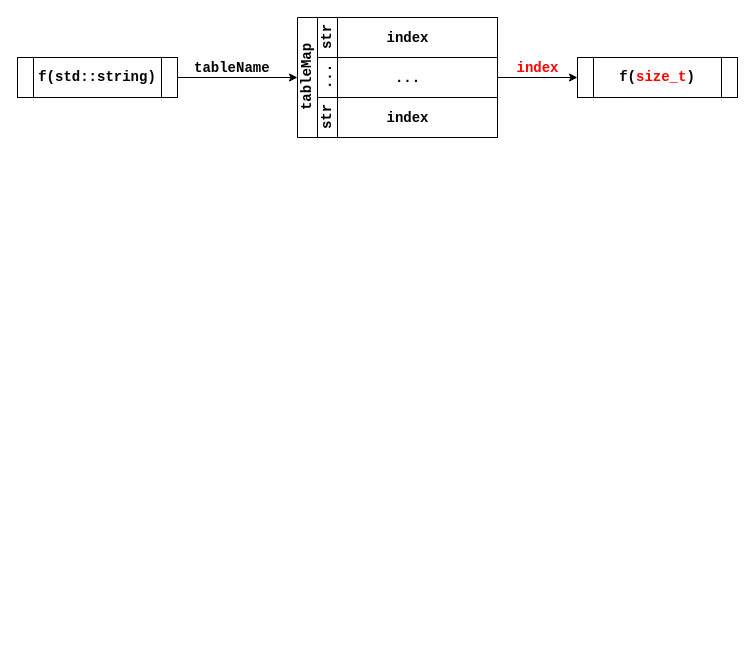
This is pic.drawio from IshiKura-a/Database-System-Project, a draw.io file, before an edit. Source tidied: cells renumbered, new cells numbered last; positions are measured from the earlier drawing's top-left corner, leaving out a move shared by most shapes. Both pictures are drawn from the tidied source at 100%, with x=0, y=0 at pixel (17, 17).
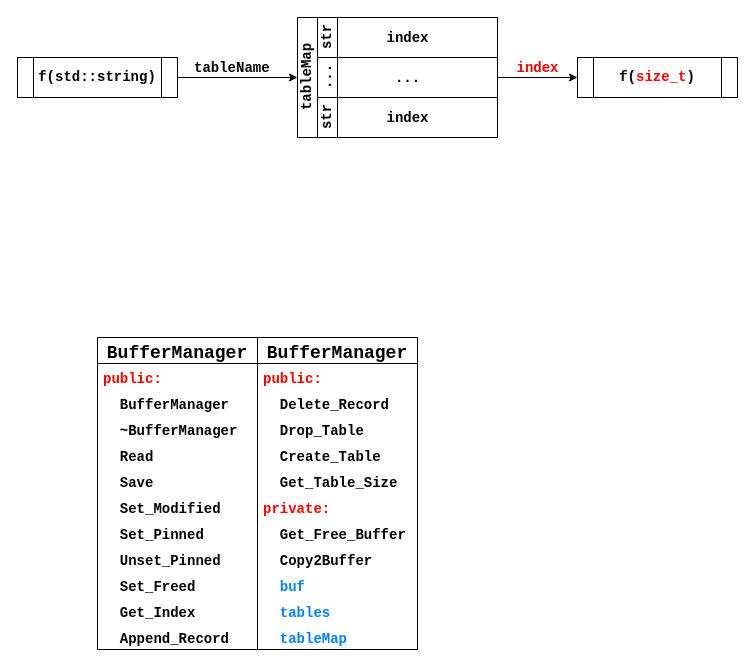
The same page after the edit.

Change to the diagram source:
```diff
@@
+    <mxCell id="15" value="BufferManager" style="swimlane;fontStyle=1;horizontal=1;startSize=26;fillColor=none;fontSize=18;fontFamily=Courier New;" parent="1" vertex="1">
+      <mxGeometry x="80" y="320" width="160" height="312" as="geometry" />
+    </mxCell>
+    <mxCell id="16" value="public:" style="text;strokeColor=none;fillColor=none;align=left;verticalAlign=top;spacingLeft=4;spacingRight=4;overflow=hidden;fontSize=14;fontFamily=Courier New;fontStyle=1;fontColor=#FF0000;" parent="15" vertex="1">
+      <mxGeometry y="26" width="160" height="26" as="geometry" />
+    </mxCell>
+    <mxCell id="17" value="  BufferManager" style="text;strokeColor=none;fillColor=none;align=left;verticalAlign=top;spacingLeft=4;spacingRight=4;overflow=hidden;fontSize=14;fontFamily=Courier New;fontStyle=1;" parent="15" vertex="1">
+      <mxGeometry y="52" width="160" height="26" as="geometry" />
+    </mxCell>
+    <mxCell id="18" value="  ~BufferManager" style="text;strokeColor=none;fillColor=none;align=left;verticalAlign=top;spacingLeft=4;spacingRight=4;overflow=hidden;fontSize=14;fontFamily=Courier New;fontStyle=1;" parent="15" vertex="1">
+      <mxGeometry y="78" width="160" height="26" as="geometry" />
+    </mxCell>
+    <mxCell id="19" value="  Read" style="text;strokeColor=none;fillColor=none;align=left;verticalAlign=top;spacingLeft=4;spacingRight=4;overflow=hidden;fontSize=14;fontFamily=Courier New;fontStyle=1;" parent="15" vertex="1">
+      <mxGeometry y="104" width="160" height="26" as="geometry" />
+    </mxCell>
+    <mxCell id="20" value="  Save" style="text;strokeColor=none;fillColor=none;align=left;verticalAlign=top;spacingLeft=4;spacingRight=4;overflow=hidden;fontSize=14;fontFamily=Courier New;fontStyle=1;" parent="15" vertex="1">
+      <mxGeometry y="130" width="160" height="26" as="geometry" />
+    </mxCell>
+    <mxCell id="21" value="  Set_Modified" style="text;strokeColor=none;fillColor=none;align=left;verticalAlign=top;spacingLeft=4;spacingRight=4;overflow=hidden;fontSize=14;fontFamily=Courier New;fontStyle=1;" parent="15" vertex="1">
+      <mxGeometry y="156" width="160" height="26" as="geometry" />
+    </mxCell>
+    <mxCell id="22" value="  Set_Pinned" style="text;strokeColor=none;fillColor=none;align=left;verticalAlign=top;spacingLeft=4;spacingRight=4;overflow=hidden;fontSize=14;fontFamily=Courier New;fontStyle=1;" parent="15" vertex="1">
+      <mxGeometry y="182" width="160" height="26" as="geometry" />
+    </mxCell>
+    <mxCell id="23" value="  Unset_Pinned" style="text;strokeColor=none;fillColor=none;align=left;verticalAlign=top;spacingLeft=4;spacingRight=4;overflow=hidden;fontSize=14;fontFamily=Courier New;fontStyle=1;" parent="15" vertex="1">
+      <mxGeometry y="208" width="160" height="26" as="geometry" />
+    </mxCell>
+    <mxCell id="24" value="  Set_Freed" style="text;strokeColor=none;fillColor=none;align=left;verticalAlign=top;spacingLeft=4;spacingRight=4;overflow=hidden;fontSize=14;fontFamily=Courier New;fontStyle=1;" parent="15" vertex="1">
+      <mxGeometry y="234" width="160" height="26" as="geometry" />
+    </mxCell>
+    <mxCell id="25" value="  Get_Index" style="text;strokeColor=none;fillColor=none;align=left;verticalAlign=top;spacingLeft=4;spacingRight=4;overflow=hidden;fontSize=14;fontFamily=Courier New;fontStyle=1;" parent="15" vertex="1">
+      <mxGeometry y="260" width="160" height="26" as="geometry" />
+    </mxCell>
+    <mxCell id="26" value="  Append_Record" style="text;strokeColor=none;fillColor=none;align=left;verticalAlign=top;spacingLeft=4;spacingRight=4;overflow=hidden;fontSize=14;fontFamily=Courier New;fontStyle=1;" parent="15" vertex="1">
+      <mxGeometry y="286" width="160" height="26" as="geometry" />
+    </mxCell>
+    <mxCell id="27" value="BufferManager" style="swimlane;fontStyle=1;horizontal=1;startSize=26;fillColor=none;fontSize=18;fontFamily=Courier New;" parent="1" vertex="1">
+      <mxGeometry x="240" y="320" width="160" height="312" as="geometry" />
+    </mxCell>
+    <mxCell id="28" value="public:" style="text;strokeColor=none;fillColor=none;align=left;verticalAlign=top;spacingLeft=4;spacingRight=4;overflow=hidden;fontSize=14;fontFamily=Courier New;fontStyle=1;fontColor=#FF0000;" parent="27" vertex="1">
+      <mxGeometry y="26" width="160" height="26" as="geometry" />
+    </mxCell>
+    <mxCell id="29" value="  Delete_Record" style="text;strokeColor=none;fillColor=none;align=left;verticalAlign=top;spacingLeft=4;spacingRight=4;overflow=hidden;fontSize=14;fontFamily=Courier New;fontStyle=1;" parent="27" vertex="1">
+      <mxGeometry y="52" width="160" height="26" as="geometry" />
+    </mxCell>
+    <mxCell id="30" value="  Drop_Table" style="text;strokeColor=none;fillColor=none;align=left;verticalAlign=top;spacingLeft=4;spacingRight=4;overflow=hidden;fontSize=14;fontFamily=Courier New;fontStyle=1;" parent="27" vertex="1">
+      <mxGeometry y="78" width="160" height="26" as="geometry" />
+    </mxCell>
+    <mxCell id="31" value="  Create_Table" style="text;strokeColor=none;fillColor=none;align=left;verticalAlign=top;spacingLeft=4;spacingRight=4;overflow=hidden;fontSize=14;fontFamily=Courier New;fontStyle=1;" parent="27" vertex="1">
+      <mxGeometry y="104" width="160" height="26" as="geometry" />
+    </mxCell>
+    <mxCell id="32" value="  Get_Table_Size" style="text;strokeColor=none;fillColor=none;align=left;verticalAlign=top;spacingLeft=4;spacingRight=4;overflow=hidden;fontSize=14;fontFamily=Courier New;fontStyle=1;" parent="27" vertex="1">
+      <mxGeometry y="130" width="160" height="26" as="geometry" />
+    </mxCell>
+    <mxCell id="33" value="private:" style="text;strokeColor=none;fillColor=none;align=left;verticalAlign=top;spacingLeft=4;spacingRight=4;overflow=hidden;fontSize=14;fontFamily=Courier New;fontStyle=1;fontColor=#FF0000;" parent="27" vertex="1">
+      <mxGeometry y="156" width="160" height="26" as="geometry" />
+    </mxCell>
+    <mxCell id="34" value="  Get_Free_Buffer" style="text;strokeColor=none;fillColor=none;align=left;verticalAlign=top;spacingLeft=4;spacingRight=4;overflow=hidden;fontSize=14;fontFamily=Courier New;fontStyle=1;" parent="27" vertex="1">
+      <mxGeometry y="182" width="160" height="26" as="geometry" />
+    </mxCell>
+    <mxCell id="35" value="  Copy2Buffer" style="text;strokeColor=none;fillColor=none;align=left;verticalAlign=top;spacingLeft=4;spacingRight=4;overflow=hidden;fontSize=14;fontFamily=Courier New;fontStyle=1;" parent="27" vertex="1">
+      <mxGeometry y="208" width="160" height="26" as="geometry" />
+    </mxCell>
+    <mxCell id="36" value="  buf" style="text;strokeColor=none;fillColor=none;align=left;verticalAlign=top;spacingLeft=4;spacingRight=4;overflow=hidden;fontSize=14;fontFamily=Courier New;fontStyle=1;fontColor=#007FFF;" parent="27" vertex="1">
+      <mxGeometry y="234" width="160" height="26" as="geometry" />
+    </mxCell>
+    <mxCell id="37" value="  tables" style="text;strokeColor=none;fillColor=none;align=left;verticalAlign=top;spacingLeft=4;spacingRight=4;overflow=hidden;fontSize=14;fontFamily=Courier New;fontStyle=1;fontColor=#007FFF;" parent="27" vertex="1">
+      <mxGeometry y="260" width="160" height="26" as="geometry" />
+    </mxCell>
+    <mxCell id="38" value="  tableMap" style="text;strokeColor=none;fillColor=none;align=left;verticalAlign=top;spacingLeft=4;spacingRight=4;overflow=hidden;fontSize=14;fontFamily=Courier New;fontStyle=1;fontColor=#007FFF;" parent="27" vertex="1">
+      <mxGeometry y="286" width="160" height="26" as="geometry" />
+    </mxCell>
```
